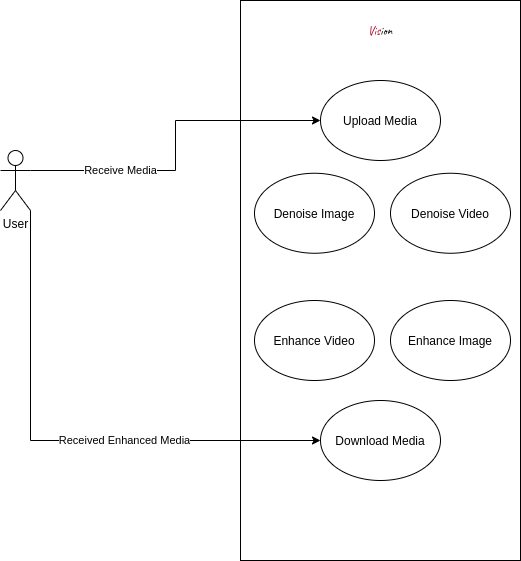
The draw.io diagram docs/diagrams/imgs/UseCase.png in MrMoon/Vision, before a commit. Source tidied: cells renumbered, new cells last; positions are measured from the earlier drawing's top-left corner, leaving out a move shared by most shapes.
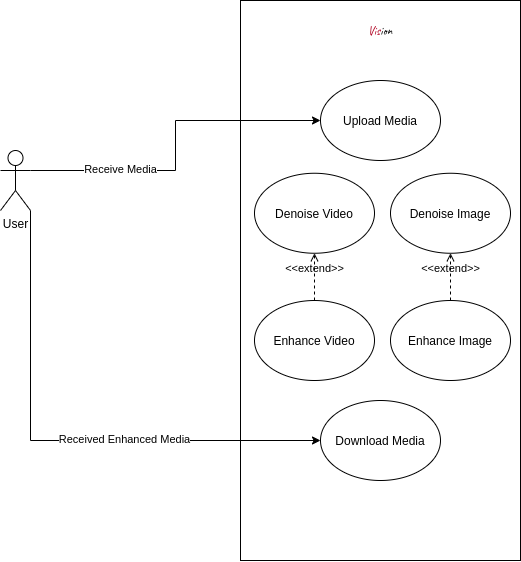
Later version of the same file.

Diff of the diagram source:
```diff
@@ -5,10 +5,10 @@
     <mxCell id="2" style="rounded=0;whiteSpace=wrap;html=1;fillColor=none;" parent="1" vertex="1">
       <mxGeometry x="240" width="280" height="560" as="geometry" />
     </mxCell>
-    <mxCell id="3" value="Denoise Image" style="ellipse;whiteSpace=wrap;html=1;fillColor=none;" parent="1" vertex="1">
+    <mxCell id="3" value="Denoise Video" style="ellipse;whiteSpace=wrap;html=1;fillColor=none;" parent="1" vertex="1">
       <mxGeometry x="254" y="172.8" width="120" height="80" as="geometry" />
     </mxCell>
-    <mxCell id="4" value="Denoise Video" style="ellipse;whiteSpace=wrap;html=1;fillColor=none;" parent="1" vertex="1">
+    <mxCell id="4" value="Denoise Image" style="ellipse;whiteSpace=wrap;html=1;fillColor=none;" parent="1" vertex="1">
       <mxGeometry x="390" y="172.8" width="120" height="80" as="geometry" />
     </mxCell>
     <mxCell id="5" value="Enhance Image" style="ellipse;whiteSpace=wrap;html=1;fillColor=none;" parent="1" vertex="1">
@@ -46,5 +46,11 @@
     <mxCell id="15" value="&lt;font face=&quot;Caveat&quot;&gt;&lt;font color=&quot;#b00020&quot;&gt;Vis&lt;/font&gt;ion&lt;/font&gt;" style="text;html=1;strokeColor=none;fillColor=none;align=center;verticalAlign=middle;whiteSpace=wrap;rounded=0;" parent="1" vertex="1">
       <mxGeometry x="360" y="20" width="40" height="20" as="geometry" />
     </mxCell>
+    <mxCell id="16" value="&amp;lt;&amp;lt;extend&amp;gt;&amp;gt;" style="html=1;verticalAlign=bottom;labelBackgroundColor=none;endArrow=open;endFill=0;dashed=1;entryX=0.5;entryY=1;entryDx=0;entryDy=0;exitX=0.5;exitY=0;exitDx=0;exitDy=0;" parent="1" edge="1" source="5" target="4">
+      <mxGeometry relative="1" as="geometry" />
+    </mxCell>
+    <mxCell id="17" value="&amp;lt;&amp;lt;extend&amp;gt;&amp;gt;" style="html=1;verticalAlign=bottom;labelBackgroundColor=none;endArrow=open;endFill=0;dashed=1;entryX=0.5;entryY=1;entryDx=0;entryDy=0;exitX=0.5;exitY=0;exitDx=0;exitDy=0;" parent="1" edge="1" source="6" target="3">
+      <mxGeometry relative="1" as="geometry" />
+    </mxCell>
   </root>
 </mxGraphModel>
```
